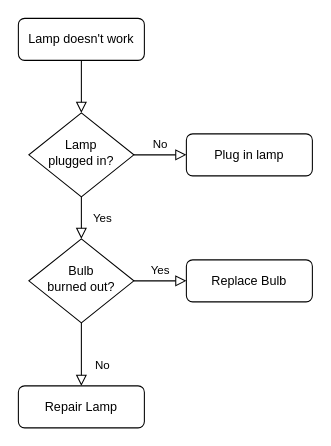
Before: Untitled Diagram.drawio in Damoskie/JS, a draw.io diagram. Source tidied: cells renumbered, new cells numbered last; positions are measured from the earlier drawing's top-left corner, leaving out a move shared by most shapes. Both pictures are drawn from the tidied source at 105%, with x=0, y=0 at pixel (18, 18).
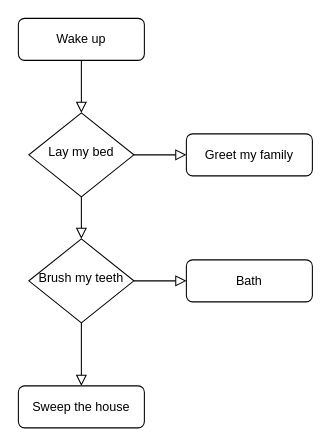
The same diagram, later.

What changed in the source:
```diff
@@
 <mxGraphModel>
   <root>
     <mxCell id="0" />
     <mxCell id="1" parent="0" />
     <mxCell id="2" style="rounded=0;html=1;jettySize=auto;fontSize=11;endArrow=block;endFill=0;endSize=8;strokeWidth=1;shadow=0;labelBackgroundColor=none;edgeStyle=orthogonalEdgeStyle;" parent="1" edge="1" source="3" target="6">
       <mxGeometry relative="1" as="geometry" />
     </mxCell>
-    <mxCell id="3" value="Lamp doesn't work" style="rounded=1;whiteSpace=wrap;html=1;fontSize=12;glass=0;strokeWidth=1;shadow=0;" parent="1" vertex="1">
+    <mxCell id="3" value="Wake up" style="rounded=1;whiteSpace=wrap;html=1;fontSize=12;glass=0;strokeWidth=1;shadow=0;" parent="1" vertex="1">
       <mxGeometry width="120" height="40" as="geometry" />
     </mxCell>
-    <mxCell id="4" value="Yes" style="rounded=0;html=1;jettySize=auto;fontSize=11;endArrow=block;endFill=0;endSize=8;strokeWidth=1;shadow=0;labelBackgroundColor=none;edgeStyle=orthogonalEdgeStyle;" parent="1" edge="1" source="6" target="10">
+    <mxCell id="4" style="rounded=0;html=1;jettySize=auto;fontSize=11;endArrow=block;endFill=0;endSize=8;strokeWidth=1;shadow=0;labelBackgroundColor=none;edgeStyle=orthogonalEdgeStyle;" parent="1" edge="1" source="6" target="10">
       <mxGeometry y="20" relative="1" as="geometry" />
     </mxCell>
-    <mxCell id="5" value="No" style="edgeStyle=orthogonalEdgeStyle;rounded=0;html=1;jettySize=auto;fontSize=11;endArrow=block;endFill=0;endSize=8;strokeWidth=1;shadow=0;labelBackgroundColor=none;" parent="1" edge="1" source="6" target="7">
+    <mxCell id="5" style="edgeStyle=orthogonalEdgeStyle;rounded=0;html=1;jettySize=auto;fontSize=11;endArrow=block;endFill=0;endSize=8;strokeWidth=1;shadow=0;labelBackgroundColor=none;" parent="1" edge="1" source="6" target="7">
       <mxGeometry y="10" relative="1" as="geometry" />
     </mxCell>
-    <mxCell id="6" value="Lamp&lt;br&gt;plugged in?" style="rhombus;whiteSpace=wrap;html=1;shadow=0;fontFamily=Helvetica;fontSize=12;align=center;strokeWidth=1;spacing=6;spacingTop=-4;" parent="1" vertex="1">
+    <mxCell id="6" value="Lay my bed" style="rhombus;whiteSpace=wrap;html=1;shadow=0;fontFamily=Helvetica;fontSize=12;align=center;strokeWidth=1;spacing=6;spacingTop=-4;" parent="1" vertex="1">
       <mxGeometry x="10" y="90" width="100" height="80" as="geometry" />
     </mxCell>
-    <mxCell id="7" value="Plug in lamp" style="rounded=1;whiteSpace=wrap;html=1;fontSize=12;glass=0;strokeWidth=1;shadow=0;" parent="1" vertex="1">
+    <mxCell id="7" value="Greet my family" style="rounded=1;whiteSpace=wrap;html=1;fontSize=12;glass=0;strokeWidth=1;shadow=0;" parent="1" vertex="1">
       <mxGeometry x="160" y="110" width="120" height="40" as="geometry" />
     </mxCell>
-    <mxCell id="8" value="No" style="rounded=0;html=1;jettySize=auto;fontSize=11;endArrow=block;endFill=0;endSize=8;strokeWidth=1;shadow=0;labelBackgroundColor=none;edgeStyle=orthogonalEdgeStyle;" parent="1" edge="1" source="10" target="11">
+    <mxCell id="8" style="rounded=0;html=1;jettySize=auto;fontSize=11;endArrow=block;endFill=0;endSize=8;strokeWidth=1;shadow=0;labelBackgroundColor=none;edgeStyle=orthogonalEdgeStyle;" parent="1" edge="1" source="10" target="11">
       <mxGeometry x="0.33" y="20" relative="1" as="geometry" />
     </mxCell>
-    <mxCell id="9" value="Yes" style="edgeStyle=orthogonalEdgeStyle;rounded=0;html=1;jettySize=auto;fontSize=11;endArrow=block;endFill=0;endSize=8;strokeWidth=1;shadow=0;labelBackgroundColor=none;" parent="1" edge="1" source="10" target="12">
+    <mxCell id="9" style="edgeStyle=orthogonalEdgeStyle;rounded=0;html=1;jettySize=auto;fontSize=11;endArrow=block;endFill=0;endSize=8;strokeWidth=1;shadow=0;labelBackgroundColor=none;" parent="1" edge="1" source="10" target="12">
       <mxGeometry y="10" relative="1" as="geometry" />
     </mxCell>
-    <mxCell id="10" value="Bulb&lt;br&gt;burned out?" style="rhombus;whiteSpace=wrap;html=1;shadow=0;fontFamily=Helvetica;fontSize=12;align=center;strokeWidth=1;spacing=6;spacingTop=-4;" parent="1" vertex="1">
+    <mxCell id="10" value="Brush my teeth" style="rhombus;whiteSpace=wrap;html=1;shadow=0;fontFamily=Helvetica;fontSize=12;align=center;strokeWidth=1;spacing=6;spacingTop=-4;" parent="1" vertex="1">
       <mxGeometry x="10" y="210" width="100" height="80" as="geometry" />
     </mxCell>
-    <mxCell id="11" value="Repair Lamp" style="rounded=1;whiteSpace=wrap;html=1;fontSize=12;glass=0;strokeWidth=1;shadow=0;" parent="1" vertex="1">
+    <mxCell id="11" value="Sweep the house" style="rounded=1;whiteSpace=wrap;html=1;fontSize=12;glass=0;strokeWidth=1;shadow=0;" parent="1" vertex="1">
       <mxGeometry y="350" width="120" height="40" as="geometry" />
     </mxCell>
-    <mxCell id="12" value="Replace Bulb" style="rounded=1;whiteSpace=wrap;html=1;fontSize=12;glass=0;strokeWidth=1;shadow=0;" parent="1" vertex="1">
+    <mxCell id="12" value="Bath" style="rounded=1;whiteSpace=wrap;html=1;fontSize=12;glass=0;strokeWidth=1;shadow=0;" parent="1" vertex="1">
       <mxGeometry x="160" y="230" width="120" height="40" as="geometry" />
     </mxCell>
   </root>
 </mxGraphModel>
```
